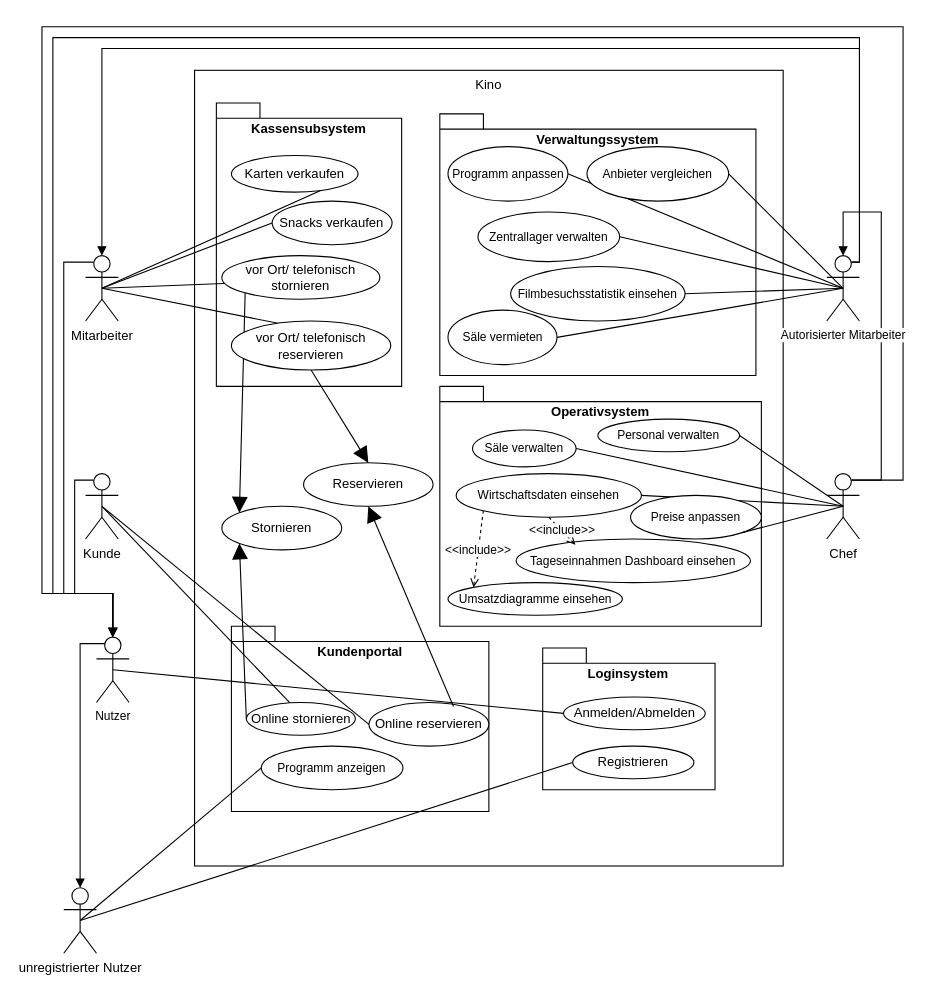
Earlier version of the draw.io diagram src/main/asciidoc/models/analysis/UseCase/UseCase.drawio (Leonard0108/Anwendungsprogrammierung). Source tidied: cells renumbered, new cells numbered last; positions are measured from the earlier drawing's top-left corner, leaving out a move shared by most shapes. Both pictures are drawn from the tidied source at 109%, with x=0, y=0 at pixel (41, 26).
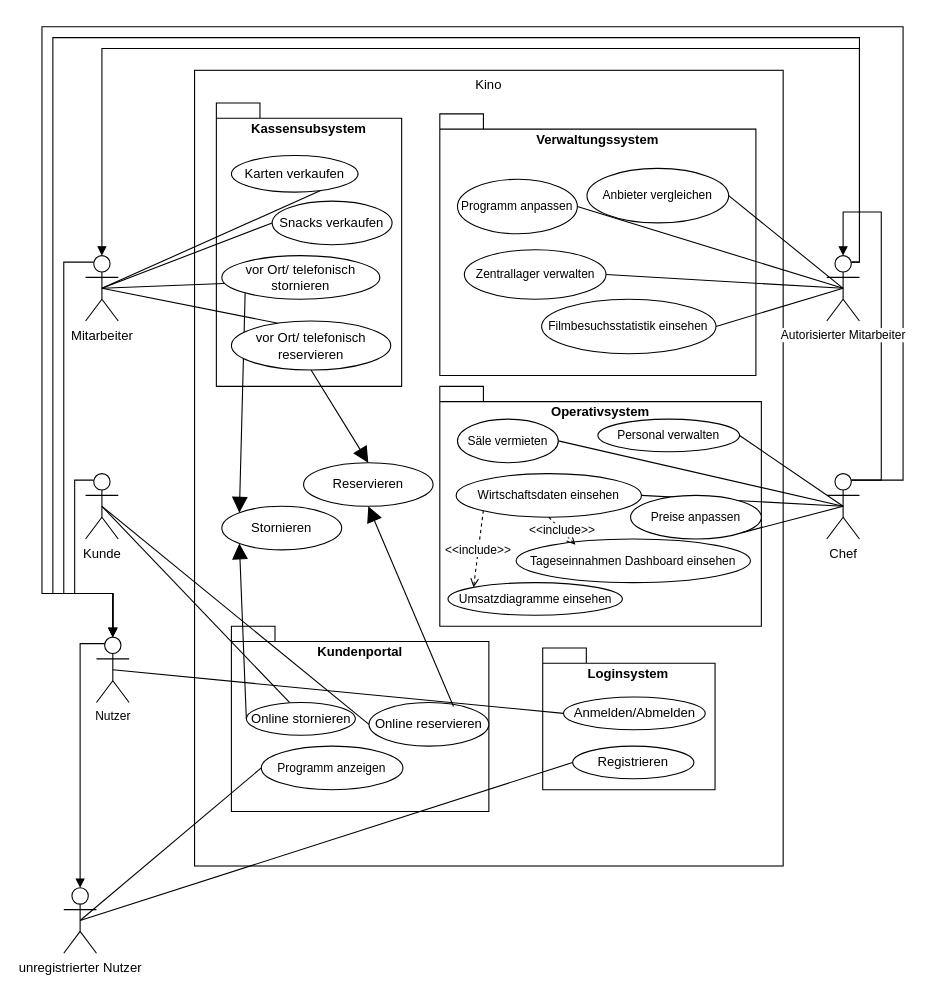
The same page after the edit.

Commit message (it also covers changes not shown here):
löschen von Säle verwalten(wurde eigentlich schon geändert ist aber verschwunden?)

The change refers to these unchanged cells:
```xml
<mxCell id="6" value="Chef" style="shape=umlActor;verticalLabelPosition=bottom;verticalAlign=top;html=1;" parent="1" vertex="1">
  <mxGeometry x="720" y="410" width="30" height="60" as="geometry" />
</mxCell>
<mxCell id="67" value="Autorisierter Mitarbeiter" style="shape=umlActor;verticalLabelPosition=bottom;verticalAlign=top;html=1;fontFamily=Helvetica;fontSize=11;fontColor=default;labelBackgroundColor=default;" parent="1" vertex="1">
  <mxGeometry x="720" y="210" width="30" height="60" as="geometry" />
</mxCell>
```

The edit, as a diff of the source:
```diff
@@
+    <mxCell id="68" style="rounded=0;jettySize=auto;html=1;exitX=0.5;exitY=0.5;exitDx=0;exitDy=0;exitPerimeter=0;entryX=1;entryY=0.5;entryDx=0;entryDy=0;endArrow=none;endFill=0;" parent="1" edge="1" source="6" target="30">
+      <mxGeometry relative="1" as="geometry" />
+    </mxCell>
@@
     <mxCell id="19" value="Programm anpassen" style="ellipse;whiteSpace=wrap;html=1;fontFamily=Helvetica;fontSize=11;fontColor=default;labelBackgroundColor=default;" parent="1" vertex="1">
-      <mxGeometry x="372.5" y="110" width="110" height="50" as="geometry" />
+      <mxGeometry x="381.2" y="140" width="110" height="50" as="geometry" />
     </mxCell>
@@
-    <mxCell id="21" value="Säle verwalten" style="ellipse;whiteSpace=wrap;html=1;fontFamily=Helvetica;fontSize=11;fontColor=default;labelBackgroundColor=default;" parent="1" vertex="1">
-      <mxGeometry x="395" y="370" width="95" height="33.8" as="geometry" />
-    </mxCell>
-    <mxCell id="22" style="edgeStyle=none;rounded=0;jettySize=auto;html=1;exitX=0.5;exitY=0.5;exitDx=0;exitDy=0;exitPerimeter=0;entryX=1;entryY=0.5;entryDx=0;entryDy=0;strokeColor=default;align=center;verticalAlign=middle;fontFamily=Helvetica;fontSize=11;fontColor=default;labelBackgroundColor=default;endArrow=none;endFill=0;" parent="1" edge="1" source="6" target="21">
-      <mxGeometry relative="1" as="geometry" />
-    </mxCell>
@@
     <mxCell id="25" value="Anbieter vergleichen" style="ellipse;whiteSpace=wrap;html=1;fontFamily=Helvetica;fontSize=11;fontColor=default;labelBackgroundColor=default;" parent="1" vertex="1">
-      <mxGeometry x="500" y="110" width="130" height="50" as="geometry" />
+      <mxGeometry x="500" y="130" width="130" height="50" as="geometry" />
     </mxCell>
-    <mxCell id="26" style="edgeStyle=none;rounded=0;jettySize=auto;html=1;exitX=0.5;exitY=0.5;exitDx=0;exitDy=0;exitPerimeter=0;entryX=1;entryY=0.5;entryDx=0;entryDy=0;strokeColor=default;align=center;verticalAlign=middle;fontFamily=Helvetica;fontSize=11;fontColor=default;labelBackgroundColor=default;endArrow=none;endFill=0;" parent="1" edge="1" source="67" target="30">
-      <mxGeometry relative="1" as="geometry" />
-    </mxCell>
@@
     <mxCell id="28" value="Zentrallager verwalten" style="ellipse;whiteSpace=wrap;html=1;fontFamily=Helvetica;fontSize=11;fontColor=default;labelBackgroundColor=default;" parent="1" vertex="1">
-      <mxGeometry x="400" y="170" width="130" height="45.5" as="geometry" />
+      <mxGeometry x="387.5" y="204.6" width="130" height="45.5" as="geometry" />
     </mxCell>
@@
     <mxCell id="30" value="Säle vermieten" style="ellipse;whiteSpace=wrap;html=1;fontFamily=Helvetica;fontSize=11;fontColor=default;labelBackgroundColor=default;" parent="1" vertex="1">
-      <mxGeometry x="372.5" y="260" width="100" height="50" as="geometry" />
+      <mxGeometry x="381.2" y="360" width="92.5" height="40" as="geometry" />
     </mxCell>
     <mxCell id="31" value="Filmbesuchsstatistik einsehen" style="ellipse;whiteSpace=wrap;html=1;fontFamily=Helvetica;fontSize=11;fontColor=default;labelBackgroundColor=default;" parent="1" vertex="1">
-      <mxGeometry x="430" y="220" width="160" height="50" as="geometry" />
+      <mxGeometry x="458.4" y="250" width="160" height="50" as="geometry" />
     </mxCell>
```
